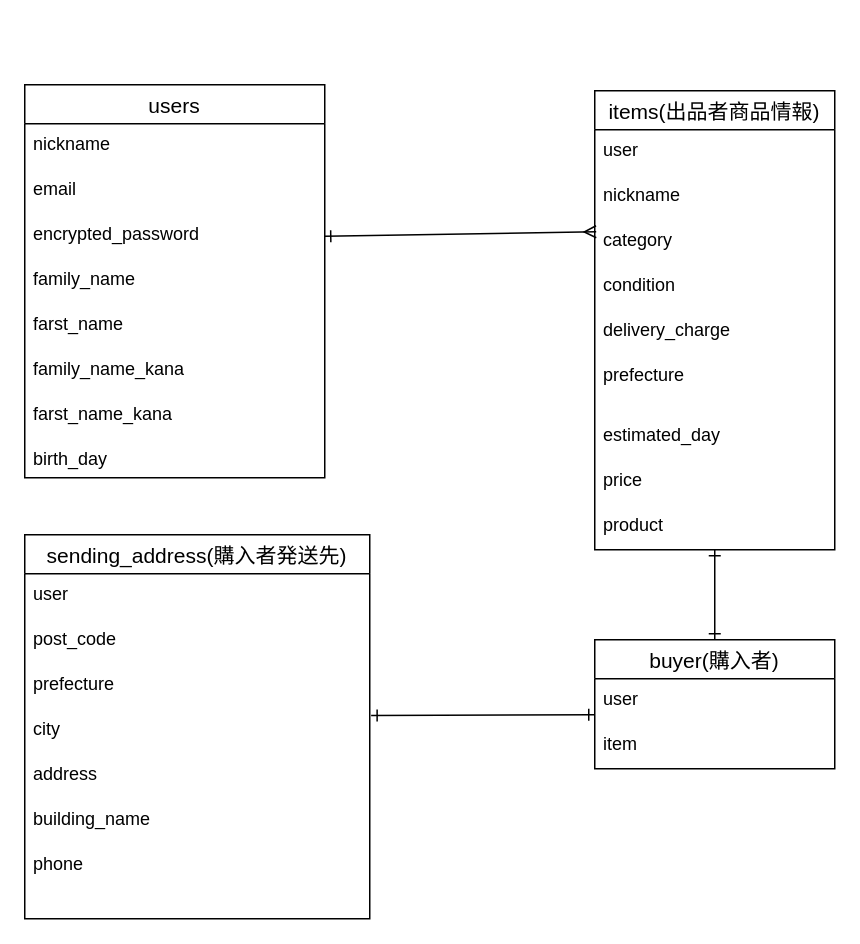
tsukasakaiko/furima-37303 keeps this draw.io diagram as furima.dio. Above is the earlier version. Source tidied: cells renumbered, new cells numbered last; positions are measured from the earlier drawing's top-left corner, leaving out a move shared by most shapes. Both pictures are drawn from the tidied source at 150%, with x=0, y=0 at pixel (24, 84).
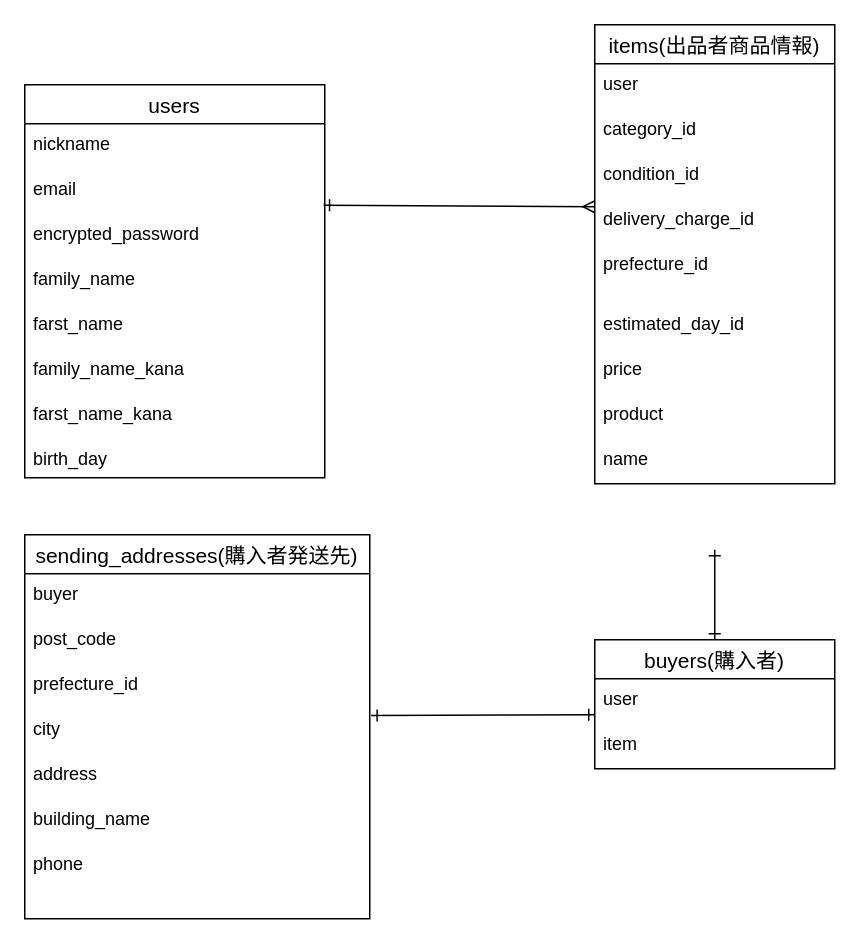
Above is the later version.

Unchanged cells that the change refers to:
```xml
<mxCell id="4" value="email" style="text;strokeColor=none;fillColor=none;spacingLeft=4;spacingRight=4;overflow=hidden;points=[[0,0.5],[1,0.5]];portConstraint=eastwest;fontSize=12;" parent="2" vertex="1">
  <mxGeometry y="56" width="200" height="30" as="geometry" />
</mxCell>
<mxCell id="5" value="encrypted_password" style="text;strokeColor=none;fillColor=none;spacingLeft=4;spacingRight=4;overflow=hidden;points=[[0,0.5],[1,0.5]];portConstraint=eastwest;fontSize=12;" parent="2" vertex="1">
  <mxGeometry y="86" width="200" height="30" as="geometry" />
</mxCell>
```

What changed in the source:
```diff
@@
-    <mxCell id="11" style="edgeStyle=none;html=1;endArrow=ERmany;endFill=0;startArrow=ERone;startFill=0;entryX=0.006;entryY=0.267;entryDx=0;entryDy=0;exitX=1;exitY=0.5;exitDx=0;exitDy=0;entryPerimeter=0;" parent="1" edge="1" source="5" target="23">
+    <mxCell id="11" style="edgeStyle=none;html=1;endArrow=ERmany;endFill=0;startArrow=ERone;startFill=0;entryX=0.001;entryY=0.178;entryDx=0;entryDy=0;exitX=0.996;exitY=0.813;exitDx=0;exitDy=0;entryPerimeter=0;exitPerimeter=0;" parent="1" edge="1" source="4" target="25">
       <mxGeometry relative="1" as="geometry" />
     </mxCell>
-    <mxCell id="12" value="sending_address(購入者発送先)" style="swimlane;fontStyle=0;horizontal=1;startSize=26;align=center;fontSize=14;" parent="1" vertex="1">
+    <mxCell id="12" value="sending_addresses(購入者発送先)" style="swimlane;fontStyle=0;horizontal=1;startSize=26;align=center;fontSize=14;" parent="1" vertex="1">
       <mxGeometry y="300" width="230" height="256" as="geometry" />
     </mxCell>
-    <mxCell id="13" value="user" style="text;strokeColor=none;fillColor=none;spacingLeft=4;spacingRight=4;overflow=hidden;fontSize=12;" parent="12" vertex="1">
+    <mxCell id="13" value="buyer" style="text;strokeColor=none;fillColor=none;spacingLeft=4;spacingRight=4;overflow=hidden;fontSize=12;" parent="12" vertex="1">
       <mxGeometry y="26" width="230" height="30" as="geometry" />
     </mxCell>
@@
-    <mxCell id="15" value="prefecture" style="text;strokeColor=none;fillColor=none;spacingLeft=4;spacingRight=4;overflow=hidden;fontSize=12;" parent="12" vertex="1">
+    <mxCell id="15" value="prefecture_id" style="text;strokeColor=none;fillColor=none;spacingLeft=4;spacingRight=4;overflow=hidden;fontSize=12;" parent="12" vertex="1">
       <mxGeometry y="86" width="230" height="30" as="geometry" />
     </mxCell>
@@
     <mxCell id="20" value="items(出品者商品情報)" style="swimlane;fontStyle=0;horizontal=1;startSize=26;align=center;fontSize=14;" parent="1" vertex="1">
-      <mxGeometry x="380" y="4" width="160" height="306" as="geometry" />
+      <mxGeometry x="380" y="-40" width="160" height="306" as="geometry" />
     </mxCell>
@@
-    <mxCell id="22" value="nickname" style="text;strokeColor=none;fillColor=none;spacingLeft=4;spacingRight=4;overflow=hidden;fontSize=12;" parent="20" vertex="1">
-      <mxGeometry y="56" width="160" height="30" as="geometry" />
-    </mxCell>
-    <mxCell id="23" value="category" style="text;strokeColor=none;fillColor=none;spacingLeft=4;spacingRight=4;overflow=hidden;points=[[0,0.5],[1,0.5]];portConstraint=eastwest;fontSize=12;" parent="20" vertex="1">
-      <mxGeometry y="86" width="160" height="30" as="geometry" />
+    <mxCell id="23" value="category_id" style="text;strokeColor=none;fillColor=none;spacingLeft=4;spacingRight=4;overflow=hidden;points=[[0,0.5],[1,0.5]];portConstraint=eastwest;fontSize=12;" parent="20" vertex="1">
+      <mxGeometry y="56" width="160" height="30" as="geometry" />
     </mxCell>
-    <mxCell id="24" value="condition" style="text;strokeColor=none;fillColor=none;spacingLeft=4;spacingRight=4;overflow=hidden;fontSize=12;" parent="20" vertex="1">
-      <mxGeometry y="116" width="160" height="30" as="geometry" />
+    <mxCell id="24" value="condition_id" style="text;strokeColor=none;fillColor=none;spacingLeft=4;spacingRight=4;overflow=hidden;fontSize=12;" parent="20" vertex="1">
+      <mxGeometry y="86" width="160" height="30" as="geometry" />
     </mxCell>
-    <mxCell id="25" value="delivery_charge" style="text;strokeColor=none;fillColor=none;spacingLeft=4;spacingRight=4;overflow=hidden;points=[[0,0.5],[1,0.5]];portConstraint=eastwest;fontSize=12;" parent="20" vertex="1">
-      <mxGeometry y="146" width="160" height="30" as="geometry" />
+    <mxCell id="25" value="delivery_charge_id" style="text;strokeColor=none;fillColor=none;spacingLeft=4;spacingRight=4;overflow=hidden;points=[[0,0.5],[1,0.5]];portConstraint=eastwest;fontSize=12;" parent="20" vertex="1">
+      <mxGeometry y="116" width="160" height="30" as="geometry" />
     </mxCell>
-    <mxCell id="26" value="prefecture" style="text;strokeColor=none;fillColor=none;spacingLeft=4;spacingRight=4;overflow=hidden;fontSize=12;" parent="20" vertex="1">
-      <mxGeometry y="176" width="160" height="40" as="geometry" />
+    <mxCell id="26" value="prefecture_id" style="text;strokeColor=none;fillColor=none;spacingLeft=4;spacingRight=4;overflow=hidden;fontSize=12;" parent="20" vertex="1">
+      <mxGeometry y="146" width="160" height="40" as="geometry" />
     </mxCell>
-    <mxCell id="27" value="estimated_day" style="text;strokeColor=none;fillColor=none;spacingLeft=4;spacingRight=4;overflow=hidden;fontSize=12;" parent="20" vertex="1">
-      <mxGeometry y="216" width="160" height="30" as="geometry" />
+    <mxCell id="27" value="estimated_day_id" style="text;strokeColor=none;fillColor=none;spacingLeft=4;spacingRight=4;overflow=hidden;fontSize=12;" parent="20" vertex="1">
+      <mxGeometry y="186" width="160" height="30" as="geometry" />
     </mxCell>
     <mxCell id="28" value="price" style="text;strokeColor=none;fillColor=none;spacingLeft=4;spacingRight=4;overflow=hidden;fontSize=12;" parent="20" vertex="1">
-      <mxGeometry y="246" width="160" height="30" as="geometry" />
+      <mxGeometry y="216" width="160" height="30" as="geometry" />
     </mxCell>
     <mxCell id="29" value="product" style="text;strokeColor=none;fillColor=none;spacingLeft=4;spacingRight=4;overflow=hidden;fontSize=12;" parent="20" vertex="1">
-      <mxGeometry y="276" width="160" height="30" as="geometry" />
+      <mxGeometry y="246" width="160" height="30" as="geometry" />
     </mxCell>
+    <mxCell id="35" value="name" style="text;strokeColor=none;fillColor=none;spacingLeft=4;spacingRight=4;overflow=hidden;fontSize=12;" parent="20" vertex="1">
+      <mxGeometry y="276" width="160" height="30" as="geometry" />
+    </mxCell>
-    <mxCell id="30" value="buyer(購入者)" style="swimlane;fontStyle=0;horizontal=1;startSize=26;align=center;fontSize=14;" parent="1" vertex="1">
+    <mxCell id="30" value="buyers(購入者)" style="swimlane;fontStyle=0;horizontal=1;startSize=26;align=center;fontSize=14;" parent="1" vertex="1">
       <mxGeometry x="380" y="370" width="160" height="86" as="geometry" />
     </mxCell>
```
